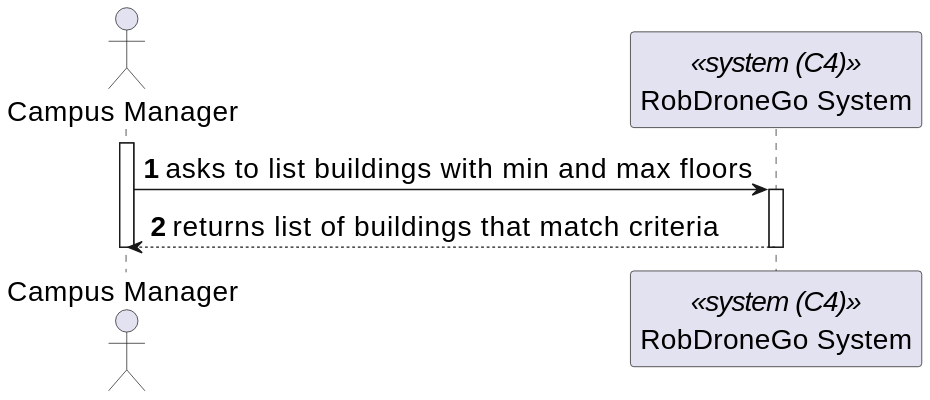
miseEnPlace-dev/lapr5 keeps this PlantUML diagram as _wiki/sprint-a/us07-210/views/level-1/assets/process-view.svg. Above is the earlier version. Source of this version:
```plantuml
@startuml
skinparamlocked defaultFontSize 20
autonumber

actor CM as "Campus Manager"
participant SYS as "RobDroneGo System" <<system (C4)>>

activate CM

CM -> SYS : asks to list buildings with min and max floors
activate SYS

CM <-- SYS : returns list of buildings that match criteria
deactivate SYS

deactivate CM
@enduml
```
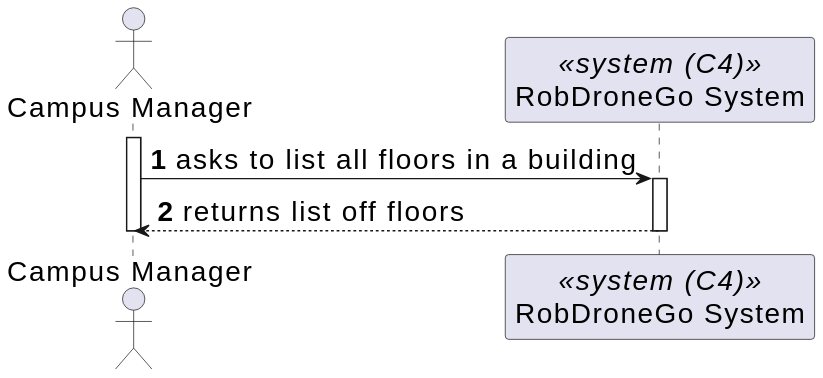
Above is the later version.

The edit, as a diff of the source:
```diff
@@ -7,10 +7,10 @@
 
 activate CM
 
-CM -> SYS : asks to list buildings with min and max floors
+CM -> SYS : asks to list all floors in a building
 activate SYS
 
-CM <-- SYS : returns list of buildings that match criteria
+CM <-- SYS : returns list off floors
 deactivate SYS
 
 deactivate CM
```
